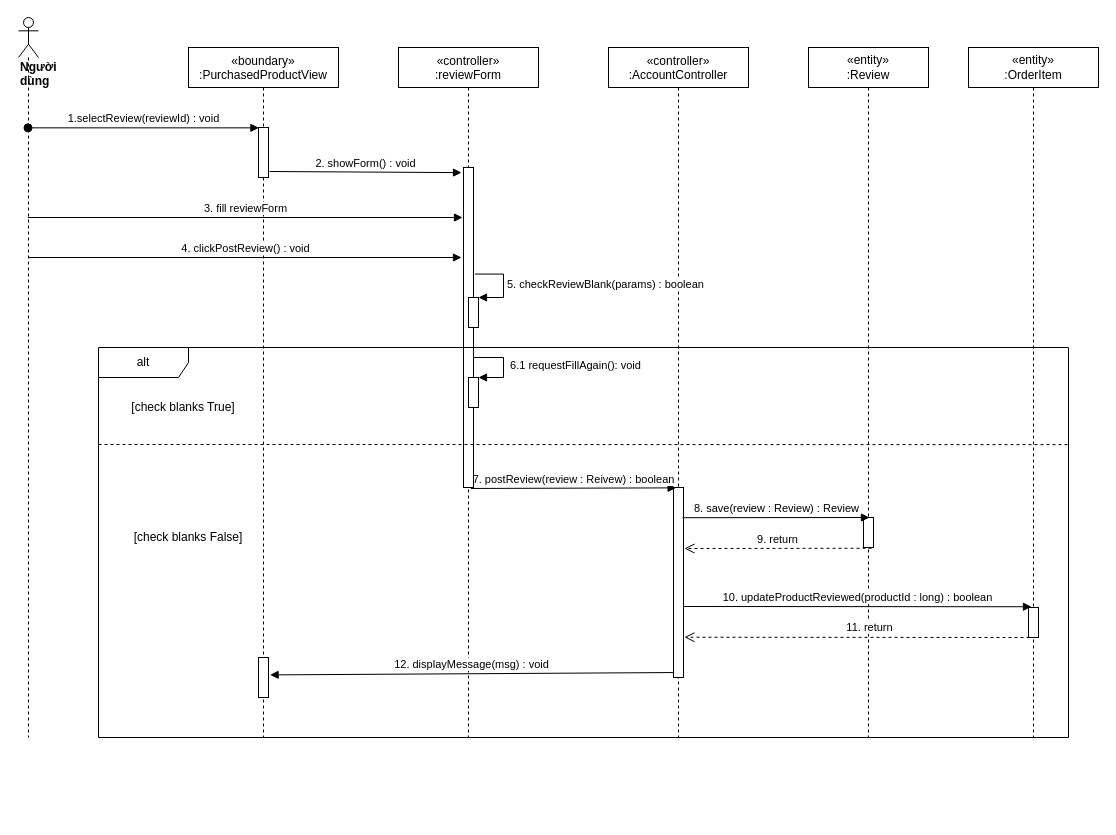
The draw.io diagram sequence diagram/reply-reviews-product-sequence.drawio in nguyenphamvan/datn_20202, before the edit. Source tidied: cells renumbered, new cells numbered last; positions are measured from the earlier drawing's top-left corner, leaving out a move shared by most shapes. Both pictures are drawn from the tidied source at 100%, with x=0, y=0 at pixel (18, 17).
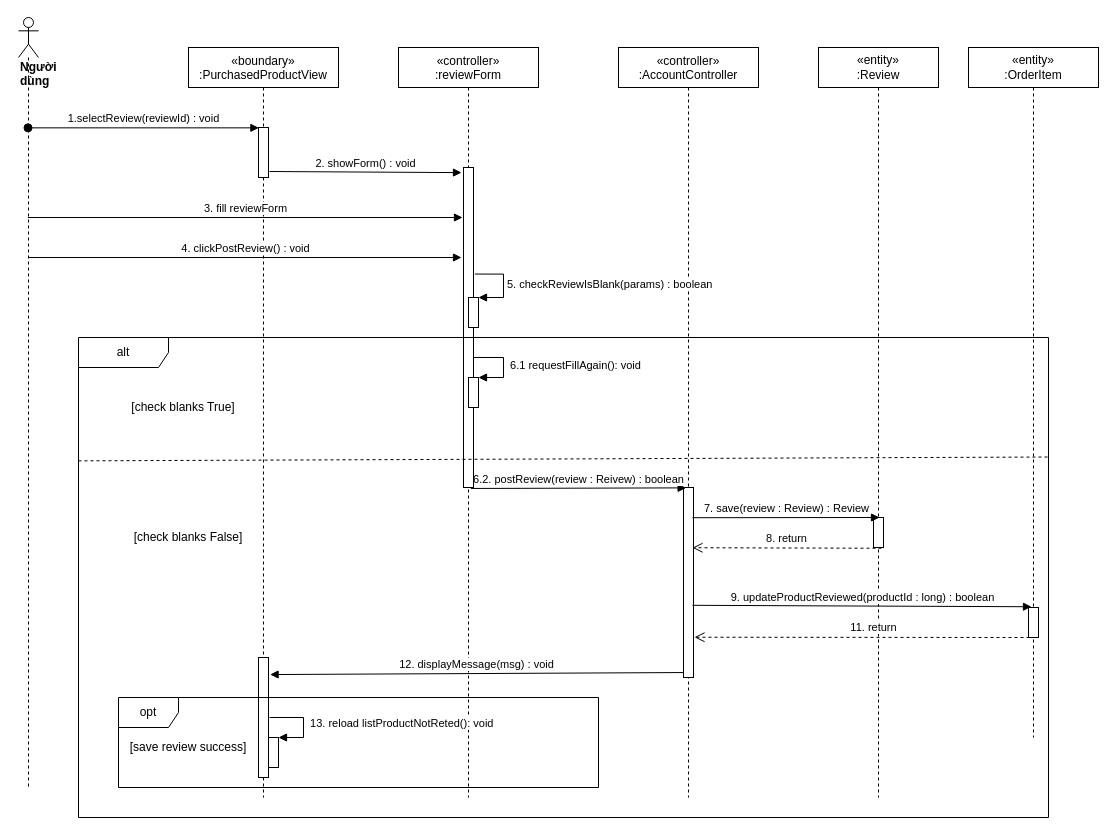
After the change.

Unchanged cells that the change refers to:
```xml
<mxCell id="5" style="points=[];perimeter=orthogonalPerimeter;rounded=0;shadow=0;strokeWidth=1;" parent="4" vertex="1">
  <mxGeometry x="65" y="440" width="10" height="190" as="geometry" />
</mxCell>
<mxCell id="9" style="points=[];perimeter=orthogonalPerimeter;rounded=0;shadow=0;strokeWidth=1;" parent="8" vertex="1">
  <mxGeometry x="55" y="470" width="10" height="30" as="geometry" />
</mxCell>
<mxCell id="16" style="points=[];perimeter=orthogonalPerimeter;rounded=0;shadow=0;strokeWidth=1;" parent="15" vertex="1">
  <mxGeometry x="60" y="560" width="10" height="30" as="geometry" />
</mxCell>
<mxCell id="21" style="html=1;points=[];perimeter=orthogonalPerimeter;" parent="1" vertex="1">
  <mxGeometry x="445" y="150" width="10" height="320" as="geometry" />
</mxCell>
<mxCell id="22" style="html=1;points=[];perimeter=orthogonalPerimeter;" parent="1" vertex="1">
  <mxGeometry x="450" y="280" width="10" height="30" as="geometry" />
</mxCell>
```

The edit, as a diff of the source:
```diff
@@
     <mxCell id="2" value="«boundary»&#10;:PurchasedProductView" style="shape=umlLifeline;perimeter=lifelinePerimeter;rounded=0;shadow=0;strokeWidth=1;" parent="1" vertex="1">
-      <mxGeometry x="170" y="30" width="150" height="690" as="geometry" />
+      <mxGeometry x="170" y="30" width="150" height="750" as="geometry" />
     </mxCell>
@@
     <mxCell id="4" value="«controller»&#10;:AccountController" style="shape=umlLifeline;perimeter=lifelinePerimeter;rounded=0;shadow=0;strokeWidth=1;size=40;" parent="1" vertex="1">
-      <mxGeometry x="590" y="30" width="140" height="690" as="geometry" />
+      <mxGeometry x="600" y="30" width="140" height="750" as="geometry" />
     </mxCell>
@@
     <mxCell id="6" value="&lt;div&gt;&lt;b&gt;Người dùng&lt;/b&gt;&lt;/div&gt;" style="shape=umlLifeline;participant=umlActor;perimeter=lifelinePerimeter;whiteSpace=wrap;html=1;verticalAlign=top;spacingTop=36;outlineConnect=0;align=left;" parent="1" vertex="1">
-      <mxGeometry width="20" height="720" as="geometry" />
+      <mxGeometry width="20" height="770" as="geometry" />
     </mxCell>
@@
     <mxCell id="8" value="&lt;span&gt;«entity»&lt;br&gt;&lt;/span&gt;:Review" style="shape=umlLifeline;perimeter=lifelinePerimeter;whiteSpace=wrap;html=1;" parent="1" vertex="1">
-      <mxGeometry x="790" y="30" width="120" height="690" as="geometry" />
+      <mxGeometry x="800" y="30" width="120" height="750" as="geometry" />
     </mxCell>
@@
-    <mxCell id="10" value="8. save(review : Review) : Review" style="html=1;verticalAlign=bottom;endArrow=block;entryX=0.6;entryY=0;entryDx=0;entryDy=0;entryPerimeter=0;exitX=0.9;exitY=0.159;exitDx=0;exitDy=0;exitPerimeter=0;" parent="1" edge="1" source="5" target="9">
+    <mxCell id="10" value="7. save(review : Review) : Review" style="html=1;verticalAlign=bottom;endArrow=block;entryX=0.6;entryY=0;entryDx=0;entryDy=0;entryPerimeter=0;exitX=0.9;exitY=0.159;exitDx=0;exitDy=0;exitPerimeter=0;" parent="1" edge="1" source="5" target="9">
       <mxGeometry relative="1" as="geometry" />
     </mxCell>
-    <mxCell id="11" value="9. return" style="html=1;verticalAlign=bottom;endArrow=open;dashed=1;endSize=8;exitX=0.8;exitY=1.025;exitDx=0;exitDy=0;exitPerimeter=0;" parent="1" edge="1" source="9">
-      <mxGeometry relative="1" as="geometry">
-        <mxPoint x="666" y="531" as="targetPoint" />
-      </mxGeometry>
+    <mxCell id="11" value="8. return" style="html=1;verticalAlign=bottom;endArrow=open;dashed=1;endSize=8;exitX=0.8;exitY=1.025;exitDx=0;exitDy=0;exitPerimeter=0;entryX=0.9;entryY=0.317;entryDx=0;entryDy=0;entryPerimeter=0;" parent="1" edge="1" source="9" target="5">
+      <mxGeometry relative="1" as="geometry" />
     </mxCell>
@@
-    <mxCell id="13" value="7. postReview(review : Reivew) : boolean" style="html=1;verticalAlign=bottom;endArrow=block;entryX=0.26;entryY=0.002;entryDx=0;entryDy=0;entryPerimeter=0;exitX=0.74;exitY=1.003;exitDx=0;exitDy=0;exitPerimeter=0;" parent="1" edge="1" source="21" target="5">
+    <mxCell id="13" value="6.2. postReview(review : Reivew) : boolean" style="html=1;verticalAlign=bottom;endArrow=block;entryX=0.26;entryY=0.002;entryDx=0;entryDy=0;entryPerimeter=0;exitX=0.74;exitY=1.003;exitDx=0;exitDy=0;exitPerimeter=0;" parent="1" edge="1" source="21" target="5">
       <mxGeometry relative="1" as="geometry" />
     </mxCell>
@@
-    <mxCell id="17" value="10. updateProductReviewed(productId : long) : boolean" style="html=1;verticalAlign=bottom;endArrow=block;entryX=0.3;entryY=-0.025;entryDx=0;entryDy=0;entryPerimeter=0;" parent="1" edge="1" target="16">
-      <mxGeometry relative="1" as="geometry">
-        <mxPoint x="665" y="589" as="sourcePoint" />
-      </mxGeometry>
+    <mxCell id="17" value="9. updateProductReviewed(productId : long) : boolean" style="html=1;verticalAlign=bottom;endArrow=block;entryX=0.3;entryY=-0.025;entryDx=0;entryDy=0;entryPerimeter=0;exitX=0.9;exitY=0.62;exitDx=0;exitDy=0;exitPerimeter=0;" parent="1" edge="1" source="5" target="16">
+      <mxGeometry relative="1" as="geometry" />
     </mxCell>
@@
     <mxCell id="19" value="«controller»&#10;:reviewForm" style="shape=umlLifeline;perimeter=lifelinePerimeter;rounded=0;shadow=0;strokeWidth=1;size=40;" parent="1" vertex="1">
-      <mxGeometry x="380" y="30" width="140" height="690" as="geometry" />
+      <mxGeometry x="380" y="30" width="140" height="750" as="geometry" />
     </mxCell>
@@
-    <mxCell id="23" value="5. checkReviewBlank(params) : boolean" style="edgeStyle=orthogonalEdgeStyle;html=1;align=left;spacingLeft=2;endArrow=block;rounded=0;entryX=1;entryY=0;exitX=1.14;exitY=0.333;exitDx=0;exitDy=0;exitPerimeter=0;" parent="1" edge="1" source="21" target="22">
+    <mxCell id="23" value="5. checkReviewIsBlank(params) : boolean" style="edgeStyle=orthogonalEdgeStyle;html=1;align=left;spacingLeft=2;endArrow=block;rounded=0;entryX=1;entryY=0;exitX=1.14;exitY=0.333;exitDx=0;exitDy=0;exitPerimeter=0;" parent="1" edge="1" source="21" target="22">
       <mxGeometry relative="1" as="geometry">
         <Array as="points">
           <mxPoint x="485" y="257" />
           <mxPoint x="485" y="280" />
         </Array>
       </mxGeometry>
     </mxCell>
     <mxCell id="24" value="alt" style="shape=umlFrame;whiteSpace=wrap;html=1;width=90;height=30;" parent="1" vertex="1">
-      <mxGeometry x="80" y="330" width="970" height="390" as="geometry" />
+      <mxGeometry x="60" y="320" width="970" height="480" as="geometry" />
     </mxCell>
     <mxCell id="25" style="html=1;points=[];perimeter=orthogonalPerimeter;" parent="1" vertex="1">
-      <mxGeometry x="240" y="640" width="10" height="40" as="geometry" />
+      <mxGeometry x="240" y="640" width="10" height="120" as="geometry" />
     </mxCell>
-    <mxCell id="26" value="&lt;span style=&quot;font-family: &amp;#34;helvetica&amp;#34;&quot;&gt;12. displayMessage(msg) : void&lt;/span&gt;" style="html=1;verticalAlign=bottom;endArrow=block;exitX=-0.02;exitY=0.974;exitDx=0;exitDy=0;exitPerimeter=0;entryX=1.16;entryY=0.435;entryDx=0;entryDy=0;entryPerimeter=0;" parent="1" edge="1" source="5" target="25">
+    <mxCell id="26" value="&lt;span style=&quot;font-family: &amp;#34;helvetica&amp;#34;&quot;&gt;12. displayMessage(msg) : void&lt;/span&gt;" style="html=1;verticalAlign=bottom;endArrow=block;exitX=-0.02;exitY=0.974;exitDx=0;exitDy=0;exitPerimeter=0;entryX=1.16;entryY=0.142;entryDx=0;entryDy=0;entryPerimeter=0;" parent="1" edge="1" source="5" target="25">
       <mxGeometry relative="1" as="geometry" />
     </mxCell>
@@
-    <mxCell id="29" style="endArrow=none;dashed=1;html=1;entryX=0.999;entryY=0.249;entryDx=0;entryDy=0;entryPerimeter=0;" parent="1" edge="1" target="24">
-      <mxGeometry relative="1" as="geometry">
-        <mxPoint x="80" y="427" as="sourcePoint" />
-      </mxGeometry>
+    <mxCell id="29" style="endArrow=none;dashed=1;html=1;entryX=0.999;entryY=0.249;entryDx=0;entryDy=0;entryPerimeter=0;exitX=0;exitY=0.257;exitDx=0;exitDy=0;exitPerimeter=0;" parent="1" edge="1" source="24" target="24">
+      <mxGeometry relative="1" as="geometry" />
     </mxCell>
@@
+    <mxCell id="32" style="html=1;points=[];perimeter=orthogonalPerimeter;" parent="1" vertex="1">
+      <mxGeometry x="250" y="720" width="10" height="30" as="geometry" />
+    </mxCell>
+    <mxCell id="33" value="&amp;nbsp;13. reload listProductNotReted(): void" style="edgeStyle=orthogonalEdgeStyle;html=1;align=left;spacingLeft=2;endArrow=block;rounded=0;entryX=1;entryY=0;" parent="1" edge="1" target="32">
+      <mxGeometry relative="1" as="geometry">
+        <mxPoint x="251" y="700" as="sourcePoint" />
+        <Array as="points">
+          <mxPoint x="251" y="700" />
+          <mxPoint x="285" y="700" />
+          <mxPoint x="285" y="720" />
+        </Array>
+      </mxGeometry>
+    </mxCell>
+    <mxCell id="34" value="opt" style="shape=umlFrame;whiteSpace=wrap;html=1;" parent="1" vertex="1">
+      <mxGeometry x="100" y="680" width="480" height="90" as="geometry" />
+    </mxCell>
+    <mxCell id="35" value="[save review success]" style="text;html=1;strokeColor=none;fillColor=none;align=center;verticalAlign=middle;whiteSpace=wrap;rounded=0;" parent="1" vertex="1">
+      <mxGeometry x="110" y="720" width="120" height="20" as="geometry" />
+    </mxCell>
```
